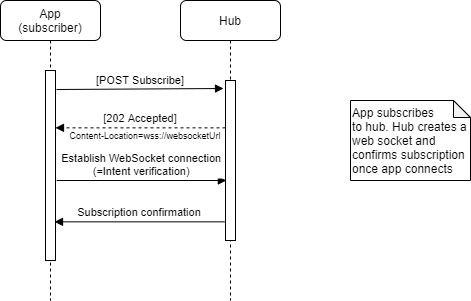
This is docs/img/Successful WebSocket Subscription Sequence.png from HL7/fhircast-docs, a draw.io export, as it was before one commit. Source tidied: cells renumbered, new cells last; positions are measured from the earlier drawing's top-left corner, leaving out a move shared by most shapes.
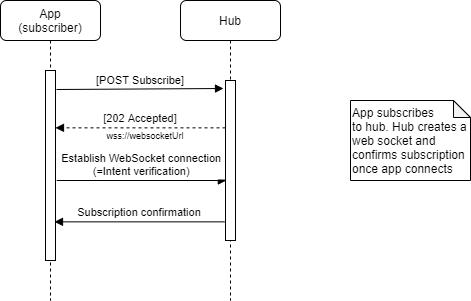
The same file after the commit.

Commit message:
remove Content-Location header from websocket subscribe

Change to the diagram source:
```diff
@@ -26,7 +26,7 @@
     <mxCell id="8" value="App subscribes &lt;br&gt;to hub. Hub creates a web socket and confirms subscription once app connects" style="shape=note;whiteSpace=wrap;html=1;backgroundOutline=1;darkOpacity=0.05;rounded=1;align=left;size=17;" parent="1" vertex="1">
       <mxGeometry x="350" y="100" width="120" height="80" as="geometry" />
     </mxCell>
-    <mxCell id="9" value="&lt;font style=&quot;font-size: 9px&quot;&gt;Content-Location=wss://websocketUrl&lt;/font&gt;" style="text;html=1;strokeColor=none;fillColor=none;align=center;verticalAlign=middle;whiteSpace=wrap;rounded=0;fontSize=10;" parent="1" vertex="1">
+    <mxCell id="9" value="&lt;font style=&quot;font-size: 9px&quot;&gt;wss://websocketUrl&lt;/font&gt;" style="text;html=1;strokeColor=none;fillColor=none;align=center;verticalAlign=middle;whiteSpace=wrap;rounded=0;fontSize=10;" parent="1" vertex="1">
       <mxGeometry x="50" y="125" width="190" height="20" as="geometry" />
     </mxCell>
     <mxCell id="10" value="Establish WebSocket connection&#10;(=Intent verification)" style="verticalAlign=bottom;endArrow=block;shadow=0;strokeWidth=1;endFill=1;exitX=1.033;exitY=0.665;exitDx=0;exitDy=0;exitPerimeter=0;" parent="1" edge="1">
```
